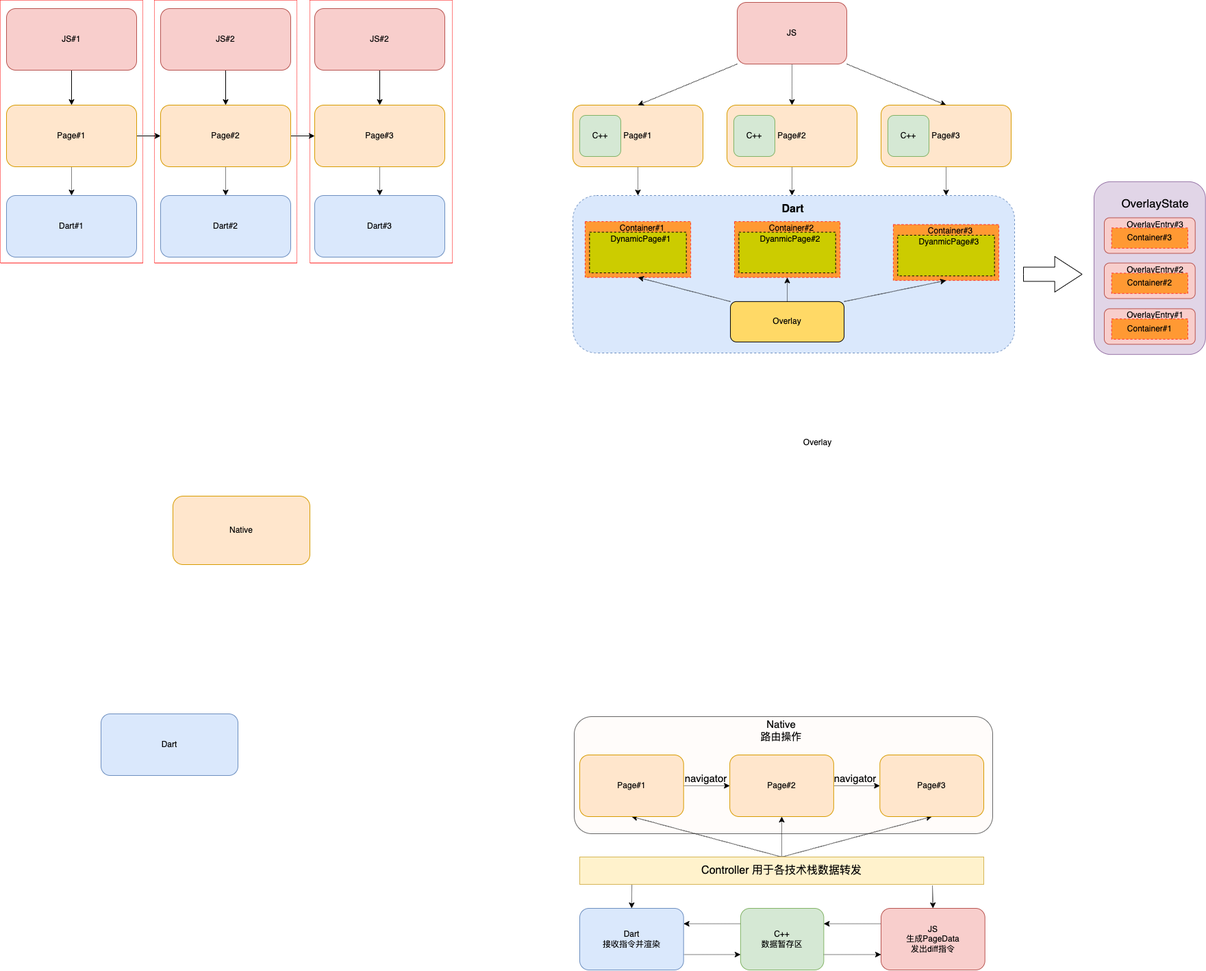
This is flutter/thresh 新架构.png from JD-Tang/flutter_uml, a draw.io export, as it was before one commit. Source tidied: cells renumbered, new cells last; positions are measured from the earlier drawing's top-left corner, leaving out a move shared by most shapes.
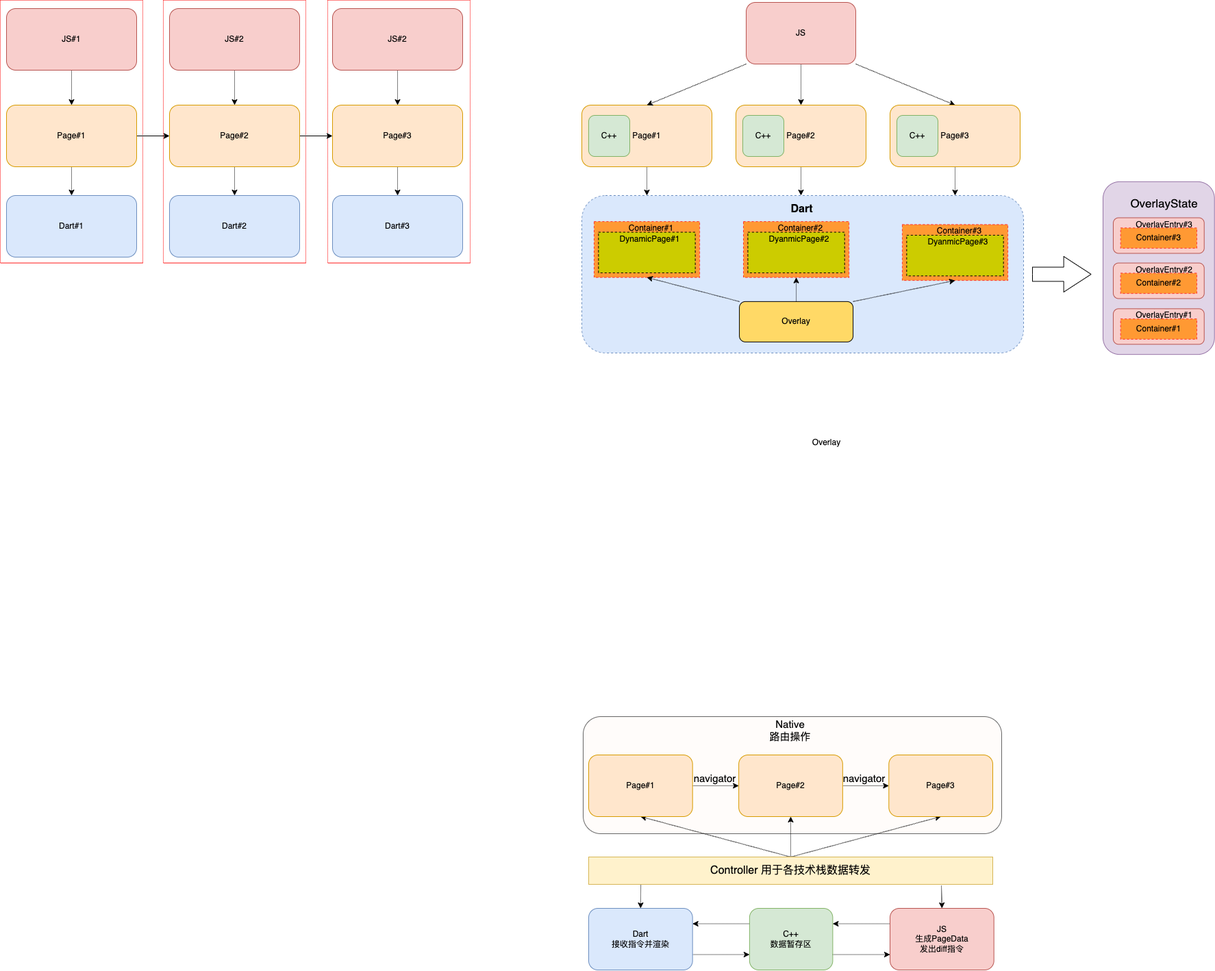
The same file after the commit.

Commit message:
更新thresh 新架构.png

Change to the diagram source:
```diff
@@ -3,13 +3,13 @@
     <mxCell id="0" />
     <mxCell id="1" parent="0" />
     <mxCell id="2" style="rounded=0;whiteSpace=wrap;html=1;dashed=1;strokeColor=#FF0000;dashPattern=1 1;" parent="1" vertex="1">
-      <mxGeometry x="452" y="-0.4" width="208" height="384" as="geometry" />
+      <mxGeometry x="465" y="-0.4" width="208" height="384" as="geometry" />
     </mxCell>
     <mxCell id="3" style="rounded=0;whiteSpace=wrap;html=1;dashed=1;strokeColor=#FF0000;dashPattern=1 1;" parent="1" vertex="1">
       <mxGeometry x="225" y="-0.4" width="208" height="384" as="geometry" />
     </mxCell>
     <mxCell id="4" style="rounded=0;whiteSpace=wrap;html=1;dashed=1;strokeColor=#FF0000;dashPattern=1 1;" parent="1" vertex="1">
-      <mxGeometry y="-0.4" width="208" height="384" as="geometry" />
+      <mxGeometry x="-13" y="-0.4" width="208" height="384" as="geometry" />
     </mxCell>
     <mxCell id="5" style="rounded=1;whiteSpace=wrap;html=1;fontSize=15;strokeColor=#666666;fillColor=#FFFCFA;fontColor=#333333;" parent="1" vertex="1">
       <mxGeometry x="838" y="1046" width="611" height="171" as="geometry" />
@@ -21,17 +21,11 @@
       <mxGeometry relative="1" as="geometry" />
     </mxCell>
     <mxCell id="8" value="Page#1" style="rounded=1;whiteSpace=wrap;html=1;fillColor=#ffe6cc;strokeColor=#d79b00;" parent="1" vertex="1">
-      <mxGeometry x="9" y="153" width="190" height="90" as="geometry" />
+      <mxGeometry x="-4" y="153" width="190" height="90" as="geometry" />
     </mxCell>
     <mxCell id="9" value="Dart#1" style="rounded=1;whiteSpace=wrap;html=1;fillColor=#dae8fc;strokeColor=#6c8ebf;" parent="1" vertex="1">
-      <mxGeometry x="9" y="285" width="190" height="90" as="geometry" />
+      <mxGeometry x="-4" y="285" width="190" height="90" as="geometry" />
     </mxCell>
-    <mxCell id="10" value="Native" style="rounded=1;whiteSpace=wrap;html=1;fillColor=#ffe6cc;strokeColor=#d79b00;" parent="1" vertex="1">
-      <mxGeometry x="252" y="724" width="200" height="100" as="geometry" />
-    </mxCell>
-    <mxCell id="11" value="Dart" style="rounded=1;whiteSpace=wrap;html=1;fillColor=#dae8fc;strokeColor=#6c8ebf;" parent="1" vertex="1">
-      <mxGeometry x="147" y="1042" width="200" height="90" as="geometry" />
-    </mxCell>
     <mxCell id="12" style="edgeStyle=none;rounded=0;jettySize=auto;html=1;exitX=1;exitY=0.75;exitDx=0;exitDy=0;entryX=0;entryY=0.75;entryDx=0;entryDy=0;dashed=1;dashPattern=1 1;fontSize=15;" parent="1" edge="1" source="13" target="67">
       <mxGeometry relative="1" as="geometry" />
     </mxCell>
@@ -54,10 +48,10 @@
       <mxGeometry relative="1" as="geometry" />
     </mxCell>
     <mxCell id="19" value="Page#3" style="rounded=1;whiteSpace=wrap;html=1;fillColor=#ffe6cc;strokeColor=#d79b00;" parent="1" vertex="1">
-      <mxGeometry x="459" y="153" width="190" height="90" as="geometry" />
+      <mxGeometry x="472" y="153" width="190" height="90" as="geometry" />
     </mxCell>
     <mxCell id="20" value="Dart#3" style="rounded=1;whiteSpace=wrap;html=1;fillColor=#dae8fc;strokeColor=#6c8ebf;" parent="1" vertex="1">
-      <mxGeometry x="459" y="285" width="190" height="90" as="geometry" />
+      <mxGeometry x="472" y="285" width="190" height="90" as="geometry" />
     </mxCell>
     <mxCell id="21" style="edgeStyle=none;rounded=0;jettySize=auto;html=1;exitX=0.5;exitY=1;exitDx=0;exitDy=0;entryX=0.5;entryY=0;entryDx=0;entryDy=0;dashed=1;dashPattern=1 1;" parent="1" edge="1" source="22">
       <mxGeometry relative="1" as="geometry">
@@ -256,23 +250,23 @@
     <mxCell id="83" value="Native&lt;br&gt;路由操作" style="text;html=1;align=center;verticalAlign=middle;strokeColor=none;fillColor=none;fontSize=15;" parent="1" vertex="1">
       <mxGeometry x="1105" y="1046" width="70" height="40" as="geometry" />
     </mxCell>
-    <mxCell id="84" style="edgeStyle=orthogonalEdgeStyle;rounded=0;jettySize=auto;html=1;exitX=0.5;exitY=1;exitDx=0;exitDy=0;entryX=0.5;entryY=0;entryDx=0;entryDy=0;" parent="1" edge="1" source="85" target="8">
+    <mxCell id="84" style="edgeStyle=orthogonalEdgeStyle;rounded=0;jettySize=auto;html=1;exitX=0.5;exitY=1;exitDx=0;exitDy=0;entryX=0.5;entryY=0;entryDx=0;entryDy=0;dashed=1;dashPattern=1 1;" parent="1" edge="1" source="85" target="8">
       <mxGeometry relative="1" as="geometry" />
     </mxCell>
     <mxCell id="85" value="JS#1" style="rounded=1;whiteSpace=wrap;html=1;fillColor=#f8cecc;strokeColor=#b85450;" parent="1" vertex="1">
-      <mxGeometry x="9" y="12" width="190" height="90" as="geometry" />
+      <mxGeometry x="-4" y="12" width="190" height="90" as="geometry" />
     </mxCell>
-    <mxCell id="86" style="edgeStyle=orthogonalEdgeStyle;rounded=0;jettySize=auto;html=1;exitX=0.5;exitY=1;exitDx=0;exitDy=0;" parent="1" edge="1" source="87" target="16">
+    <mxCell id="86" style="edgeStyle=orthogonalEdgeStyle;rounded=0;jettySize=auto;html=1;exitX=0.5;exitY=1;exitDx=0;exitDy=0;dashed=1;dashPattern=1 1;" parent="1" edge="1" source="87" target="16">
       <mxGeometry relative="1" as="geometry" />
     </mxCell>
     <mxCell id="87" value="JS#2" style="rounded=1;whiteSpace=wrap;html=1;fillColor=#f8cecc;strokeColor=#b85450;" parent="1" vertex="1">
       <mxGeometry x="234" y="12" width="190" height="90" as="geometry" />
     </mxCell>
-    <mxCell id="88" style="edgeStyle=orthogonalEdgeStyle;rounded=0;jettySize=auto;html=1;exitX=0.5;exitY=1;exitDx=0;exitDy=0;entryX=0.5;entryY=0;entryDx=0;entryDy=0;" parent="1" edge="1" source="89" target="19">
+    <mxCell id="88" style="edgeStyle=orthogonalEdgeStyle;rounded=0;jettySize=auto;html=1;exitX=0.5;exitY=1;exitDx=0;exitDy=0;entryX=0.5;entryY=0;entryDx=0;entryDy=0;dashed=1;dashPattern=1 1;" parent="1" edge="1" source="89" target="19">
       <mxGeometry relative="1" as="geometry" />
     </mxCell>
     <mxCell id="89" value="JS#2" style="rounded=1;whiteSpace=wrap;html=1;fillColor=#f8cecc;strokeColor=#b85450;" parent="1" vertex="1">
-      <mxGeometry x="459" y="12" width="190" height="90" as="geometry" />
+      <mxGeometry x="472" y="12" width="190" height="90" as="geometry" />
     </mxCell>
   </root>
 </mxGraphModel>
```
